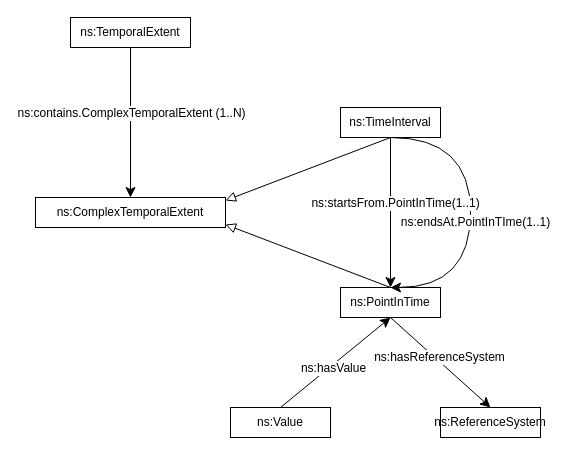
Before: MODL Library Simplified/temporalextentSimplified.drawio in nd-crane/Drawio-experiments, a draw.io diagram. Source tidied: cells renumbered, new cells numbered last; positions are measured from the earlier drawing's top-left corner, leaving out a move shared by most shapes. Both pictures are drawn from the tidied source at 100%, with x=0, y=0 at pixel (35, 17).
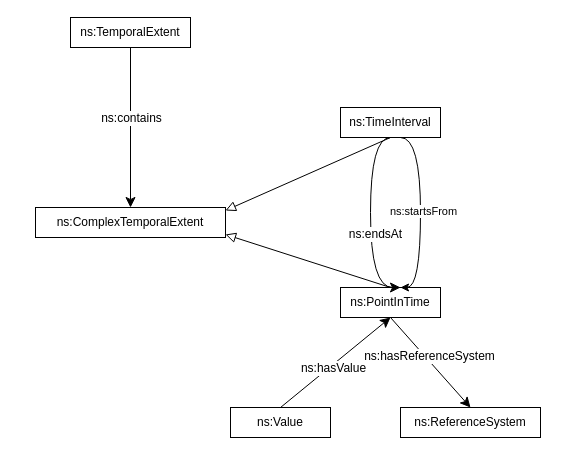
Above is the later version.

Unchanged cells that the change refers to:
```xml
<mxCell id="4" style="endArrow=classic;html=1;exitX=0.5;exitY=1;exitDx=0;exitDy=0;entryX=0.5;entryY=0;entryDx=0;entryDy=0;endSize=8;arcSize=0;" parent="1" edge="1" source="3" target="2">
  <mxGeometry relative="1" as="geometry" />
</mxCell>
<mxCell id="7" value="ns:PointInTime" style="rounded=0;whiteSpace=wrap;html=1;snapToPoint=1;points=[[0.1,0],[0.2,0],[0.3,0],[0.4,0],[0.5,0],[0.6,0],[0.7,0],[0.8,0],[0.9,0],[0,0.1],[0,0.3],[0,0.5],[0,0.7],[0,0.9],[0.1,1],[0.2,1],[0.3,1],[0.4,1],[0.5,1],[0.6,1],[0.7,1],[0.8,1],[0.9,1],[1,0.1],[1,0.3],[1,0.5],[1,0.7],[1,0.9]];" parent="1" vertex="1">
  <mxGeometry x="305" y="270" width="100" height="30" as="geometry" />
</mxCell>
<mxCell id="8" value="ns:TimeInterval" style="rounded=0;whiteSpace=wrap;html=1;snapToPoint=1;points=[[0.1,0],[0.2,0],[0.3,0],[0.4,0],[0.5,0],[0.6,0],[0.7,0],[0.8,0],[0.9,0],[0,0.1],[0,0.3],[0,0.5],[0,0.7],[0,0.9],[0.1,1],[0.2,1],[0.3,1],[0.4,1],[0.5,1],[0.6,1],[0.7,1],[0.8,1],[0.9,1],[1,0.1],[1,0.3],[1,0.5],[1,0.7],[1,0.9]];" parent="1" vertex="1">
  <mxGeometry x="305" y="90" width="100" height="30" as="geometry" />
</mxCell>
```

Diff of the diagram source:
```diff
@@
     <mxCell id="2" value="ns:ComplexTemporalExtent" style="rounded=0;whiteSpace=wrap;html=1;snapToPoint=1;points=[[0.1,0],[0.2,0],[0.3,0],[0.4,0],[0.5,0],[0.6,0],[0.7,0],[0.8,0],[0.9,0],[0,0.1],[0,0.3],[0,0.5],[0,0.7],[0,0.9],[0.1,1],[0.2,1],[0.3,1],[0.4,1],[0.5,1],[0.6,1],[0.7,1],[0.8,1],[0.9,1],[1,0.1],[1,0.3],[1,0.5],[1,0.7],[1,0.9]];" parent="1" vertex="1">
-      <mxGeometry y="180" width="190" height="30" as="geometry" />
+      <mxGeometry y="190" width="190" height="30" as="geometry" />
     </mxCell>
@@
-    <mxCell id="5" value="&lt;div&gt;ns:contains.ComplexTemporalExtent (1..N)&lt;/div&gt;" style="text;html=1;align=center;verticalAlign=middle;labelBackgroundColor=#ffffff;" parent="4" vertex="1">
+    <mxCell id="5" value="&lt;div&gt;ns:contains&lt;/div&gt;" style="text;html=1;align=center;verticalAlign=middle;labelBackgroundColor=#ffffff;" parent="4" vertex="1">
       <mxGeometry x="-0.13" relative="1" as="geometry" />
     </mxCell>
@@
+    <mxCell id="20" style="edgeStyle=orthogonalEdgeStyle;curved=1;html=1;exitX=0.6;exitY=1;exitDx=0;exitDy=0;entryX=0.6;entryY=0;entryDx=0;entryDy=0;" parent="1" edge="1" source="8" target="7">
+      <mxGeometry relative="1" as="geometry">
+        <Array as="points">
+          <mxPoint x="385" y="120" />
+          <mxPoint x="385" y="270" />
+        </Array>
+      </mxGeometry>
+    </mxCell>
+    <mxCell id="21" value="ns:startsFrom" style="edgeLabel;html=1;align=center;verticalAlign=middle;" parent="20" vertex="1">
+      <mxGeometry x="-0.02" y="2" relative="1" as="geometry" />
+    </mxCell>
@@
-    <mxCell id="10" style="endArrow=classic;html=1;exitX=0.5;exitY=1;exitDx=0;exitDy=0;entryX=0.5;entryY=0;entryDx=0;entryDy=0;endSize=8;arcSize=0;edgeStyle=orthogonalEdgeStyle;curved=1;" parent="1" edge="1" source="8" target="7">
-      <mxGeometry relative="1" as="geometry">
-        <Array as="points">
-          <mxPoint x="435" y="120" />
-          <mxPoint x="435" y="270" />
-        </Array>
-      </mxGeometry>
-    </mxCell>
-    <mxCell id="11" value="&lt;div&gt;ns:endsAt.PointInTIme(1..1)&lt;/div&gt;" style="text;html=1;align=center;verticalAlign=middle;labelBackgroundColor=#ffffff;" parent="10" vertex="1">
-      <mxGeometry x="-0.13" relative="1" as="geometry">
-        <mxPoint x="4" y="29" as="offset" />
-      </mxGeometry>
-    </mxCell>
-    <mxCell id="12" style="endArrow=classic;html=1;exitX=0.5;exitY=1;exitDx=0;exitDy=0;endSize=8;arcSize=0;edgeStyle=orthogonalEdgeStyle;curved=1;" parent="1" edge="1" source="8">
-      <mxGeometry relative="1" as="geometry">
-        <mxPoint x="355" y="270" as="targetPoint" />
-        <Array as="points">
-          <mxPoint x="355" y="190" />
-          <mxPoint x="355" y="190" />
-        </Array>
-      </mxGeometry>
-    </mxCell>
-    <mxCell id="13" value="&lt;div&gt;ns:startsFrom.PointInTime(1..1)&lt;/div&gt;" style="text;html=1;align=center;verticalAlign=middle;labelBackgroundColor=#ffffff;" parent="12" vertex="1">
-      <mxGeometry x="-0.13" relative="1" as="geometry">
-        <mxPoint x="4.2" as="offset" />
-      </mxGeometry>
-    </mxCell>
     <mxCell id="14" value="ns:ReferenceSystem" style="rounded=0;whiteSpace=wrap;html=1;snapToPoint=1;points=[[0.1,0],[0.2,0],[0.3,0],[0.4,0],[0.5,0],[0.6,0],[0.7,0],[0.8,0],[0.9,0],[0,0.1],[0,0.3],[0,0.5],[0,0.7],[0,0.9],[0.1,1],[0.2,1],[0.3,1],[0.4,1],[0.5,1],[0.6,1],[0.7,1],[0.8,1],[0.9,1],[1,0.1],[1,0.3],[1,0.5],[1,0.7],[1,0.9]];" parent="1" vertex="1">
-      <mxGeometry x="405" y="390" width="100" height="30" as="geometry" />
+      <mxGeometry x="365" y="390" width="140" height="30" as="geometry" />
     </mxCell>
@@
+    <mxCell id="22" style="endArrow=classic;html=1;endSize=8;arcSize=0;edgeStyle=orthogonalEdgeStyle;curved=1;exitX=0.5;exitY=1;exitDx=0;exitDy=0;entryX=0.6;entryY=0;entryDx=0;entryDy=0;" parent="1" edge="1" source="8" target="7">
+      <mxGeometry relative="1" as="geometry">
+        <Array as="points">
+          <mxPoint x="335" y="120" />
+          <mxPoint x="335" y="270" />
+        </Array>
+      </mxGeometry>
+    </mxCell>
+    <mxCell id="23" value="&lt;div&gt;ns:endsAt&lt;/div&gt;" style="text;html=1;align=center;verticalAlign=middle;labelBackgroundColor=#ffffff;" parent="22" vertex="1">
+      <mxGeometry x="-0.13" relative="1" as="geometry">
+        <mxPoint x="4" y="29" as="offset" />
+      </mxGeometry>
+    </mxCell>
```
